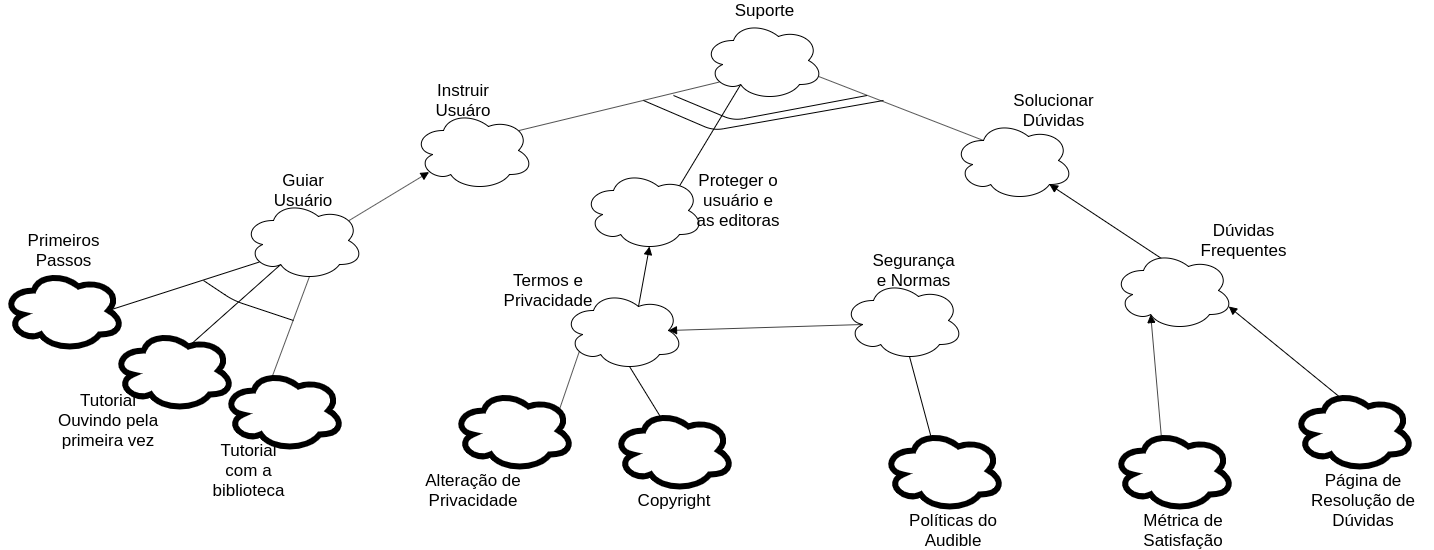
This is docs/img/SuporteDesal.png from Requisitos-de-Software/2019.2-Audible, a draw.io export, as it was before one commit. Source tidied: cells renumbered, new cells last; positions are measured from the earlier drawing's top-left corner, leaving out a move shared by most shapes.
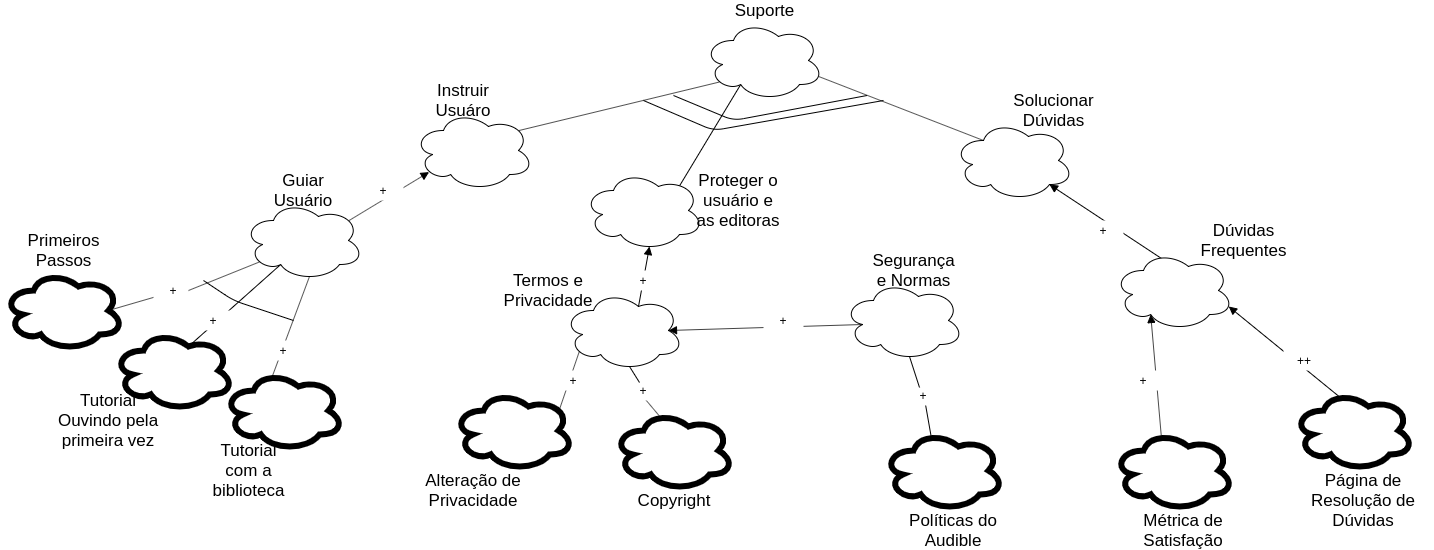
After the change.

Change to the diagram source:
```diff
@@ -35,7 +35,7 @@
     <mxCell id="12" style="edgeStyle=none;rounded=0;jettySize=auto;html=1;exitX=0.13;exitY=0.77;exitDx=0;exitDy=0;exitPerimeter=0;entryX=0.88;entryY=0.25;entryDx=0;entryDy=0;entryPerimeter=0;startArrow=none;startFill=0;endArrow=none;endFill=0;strokeColor=#000000;" parent="1" edge="1" source="14" target="15">
       <mxGeometry relative="1" as="geometry" />
     </mxCell>
-    <mxCell id="13" style="edgeStyle=none;rounded=0;jettySize=auto;html=1;exitX=0.55;exitY=0.95;exitDx=0;exitDy=0;exitPerimeter=0;entryX=0.4;entryY=0.1;entryDx=0;entryDy=0;entryPerimeter=0;startArrow=none;startFill=0;endArrow=none;endFill=0;strokeColor=#000000;" parent="1" edge="1" source="14" target="16">
+    <mxCell id="13" style="edgeStyle=none;rounded=0;jettySize=auto;html=1;exitX=0.55;exitY=0.95;exitDx=0;exitDy=0;exitPerimeter=0;entryX=0.4;entryY=0.1;entryDx=0;entryDy=0;entryPerimeter=0;startArrow=none;startFill=0;endArrow=none;endFill=0;strokeColor=#000000;" parent="1" edge="1" source="63" target="16">
       <mxGeometry relative="1" as="geometry" />
     </mxCell>
     <mxCell id="14" style="ellipse;shape=cloud;whiteSpace=wrap;html=1;" parent="1" vertex="1">
@@ -50,7 +50,7 @@
     <mxCell id="17" style="edgeStyle=none;rounded=0;jettySize=auto;html=1;exitX=0.16;exitY=0.55;exitDx=0;exitDy=0;exitPerimeter=0;entryX=0.875;entryY=0.5;entryDx=0;entryDy=0;entryPerimeter=0;startArrow=none;startFill=0;endArrow=block;endFill=1;strokeColor=#000000;" parent="1" edge="1" source="19" target="14">
       <mxGeometry relative="1" as="geometry" />
     </mxCell>
-    <mxCell id="18" style="edgeStyle=none;rounded=0;jettySize=auto;html=1;exitX=0.55;exitY=0.95;exitDx=0;exitDy=0;exitPerimeter=0;entryX=0.4;entryY=0.1;entryDx=0;entryDy=0;entryPerimeter=0;startArrow=none;startFill=0;endArrow=none;endFill=0;strokeColor=#000000;" parent="1" edge="1" source="19" target="20">
+    <mxCell id="18" style="edgeStyle=none;rounded=0;jettySize=auto;html=1;exitX=0.55;exitY=0.95;exitDx=0;exitDy=0;exitPerimeter=0;entryX=0.4;entryY=0.1;entryDx=0;entryDy=0;entryPerimeter=0;startArrow=none;startFill=0;endArrow=none;endFill=0;strokeColor=#000000;" parent="1" edge="1" source="65" target="20">
       <mxGeometry relative="1" as="geometry" />
     </mxCell>
     <mxCell id="19" style="ellipse;shape=cloud;whiteSpace=wrap;html=1;" parent="1" vertex="1">
@@ -98,7 +98,7 @@
     <mxCell id="31" style="edgeStyle=none;rounded=0;jettySize=auto;html=1;exitX=0.31;exitY=0.8;exitDx=0;exitDy=0;exitPerimeter=0;entryX=0.625;entryY=0.2;entryDx=0;entryDy=0;entryPerimeter=0;startArrow=none;startFill=0;endArrow=none;endFill=0;strokeColor=#000000;" parent="1" edge="1" source="33" target="8">
       <mxGeometry relative="1" as="geometry" />
     </mxCell>
-    <mxCell id="32" style="edgeStyle=none;rounded=0;jettySize=auto;html=1;exitX=0.13;exitY=0.77;exitDx=0;exitDy=0;exitPerimeter=0;entryX=0.875;entryY=0.5;entryDx=0;entryDy=0;entryPerimeter=0;startArrow=none;startFill=0;endArrow=none;endFill=0;strokeColor=#000000;" parent="1" edge="1" source="33" target="9">
+    <mxCell id="32" style="edgeStyle=none;rounded=0;jettySize=auto;html=1;exitX=0.13;exitY=0.77;exitDx=0;exitDy=0;exitPerimeter=0;entryX=0.875;entryY=0.5;entryDx=0;entryDy=0;entryPerimeter=0;startArrow=none;startFill=0;endArrow=none;endFill=0;strokeColor=#000000;" parent="1" edge="1" source="52" target="9">
       <mxGeometry relative="1" as="geometry" />
     </mxCell>
     <mxCell id="33" style="ellipse;shape=cloud;whiteSpace=wrap;html=1;" parent="1" vertex="1">
@@ -170,5 +170,50 @@
         </Array>
       </mxGeometry>
     </mxCell>
+    <mxCell id="52" value="+" style="text;html=1;strokeColor=none;fillColor=#ffffff;align=center;verticalAlign=middle;whiteSpace=wrap;rounded=0;" parent="1" vertex="1">
+      <mxGeometry x="150" y="280" width="40" height="20" as="geometry" />
+    </mxCell>
+    <mxCell id="53" style="edgeStyle=none;rounded=0;jettySize=auto;html=1;exitX=0.13;exitY=0.77;exitDx=0;exitDy=0;exitPerimeter=0;entryX=0.875;entryY=0.5;entryDx=0;entryDy=0;entryPerimeter=0;startArrow=none;startFill=0;endArrow=none;endFill=0;strokeColor=#000000;" parent="1" edge="1" source="33" target="52">
+      <mxGeometry relative="1" as="geometry" />
+    </mxCell>
+    <mxCell id="54" value="+" style="text;html=1;strokeColor=none;fillColor=#ffffff;align=center;verticalAlign=middle;whiteSpace=wrap;rounded=0;" parent="1" vertex="1">
+      <mxGeometry x="190" y="310" width="40" height="20" as="geometry" />
+    </mxCell>
+    <mxCell id="55" value="+" style="text;html=1;strokeColor=none;fillColor=#ffffff;align=center;verticalAlign=middle;whiteSpace=wrap;rounded=0;" parent="1" vertex="1">
+      <mxGeometry x="360" y="180" width="40" height="20" as="geometry" />
+    </mxCell>
+    <mxCell id="56" value="+" style="text;html=1;strokeColor=none;fillColor=#ffffff;align=center;verticalAlign=middle;whiteSpace=wrap;rounded=0;" parent="1" vertex="1">
+      <mxGeometry x="550" y="370" width="40" height="20" as="geometry" />
+    </mxCell>
+    <mxCell id="57" value="+" style="text;html=1;strokeColor=none;fillColor=#ffffff;align=center;verticalAlign=middle;whiteSpace=wrap;rounded=0;" parent="1" vertex="1">
+      <mxGeometry x="1080" y="220" width="40" height="20" as="geometry" />
+    </mxCell>
+    <mxCell id="58" value="+" style="text;html=1;strokeColor=none;fillColor=#ffffff;align=center;verticalAlign=middle;whiteSpace=wrap;rounded=0;" parent="1" vertex="1">
+      <mxGeometry x="260" y="340" width="40" height="20" as="geometry" />
+    </mxCell>
+    <mxCell id="59" value="++" style="text;html=1;strokeColor=none;fillColor=#ffffff;align=center;verticalAlign=middle;whiteSpace=wrap;rounded=0;" parent="1" vertex="1">
+      <mxGeometry x="1280" y="350" width="40" height="20" as="geometry" />
+    </mxCell>
+    <mxCell id="60" value="+" style="text;html=1;strokeColor=none;fillColor=#ffffff;align=center;verticalAlign=middle;whiteSpace=wrap;rounded=0;" parent="1" vertex="1">
+      <mxGeometry x="1120" y="370" width="40" height="20" as="geometry" />
+    </mxCell>
+    <mxCell id="61" value="+" style="text;html=1;strokeColor=none;fillColor=#ffffff;align=center;verticalAlign=middle;whiteSpace=wrap;rounded=0;" parent="1" vertex="1">
+      <mxGeometry x="760" y="310" width="40" height="20" as="geometry" />
+    </mxCell>
+    <mxCell id="62" value="+" style="text;html=1;strokeColor=none;fillColor=#ffffff;align=center;verticalAlign=middle;whiteSpace=wrap;rounded=0;" parent="1" vertex="1">
+      <mxGeometry x="620" y="270" width="40" height="20" as="geometry" />
+    </mxCell>
+    <mxCell id="63" value="+" style="text;html=1;strokeColor=none;fillColor=#ffffff;align=center;verticalAlign=middle;whiteSpace=wrap;rounded=0;" parent="1" vertex="1">
+      <mxGeometry x="620" y="380" width="40" height="20" as="geometry" />
+    </mxCell>
+    <mxCell id="64" style="edgeStyle=none;rounded=0;jettySize=auto;html=1;exitX=0.55;exitY=0.95;exitDx=0;exitDy=0;exitPerimeter=0;entryX=0.4;entryY=0.1;entryDx=0;entryDy=0;entryPerimeter=0;startArrow=none;startFill=0;endArrow=none;endFill=0;strokeColor=#000000;" parent="1" edge="1" source="14" target="63">
+      <mxGeometry relative="1" as="geometry" />
+    </mxCell>
+    <mxCell id="65" value="+" style="text;html=1;strokeColor=none;fillColor=#ffffff;align=center;verticalAlign=middle;whiteSpace=wrap;rounded=0;" parent="1" vertex="1">
+      <mxGeometry x="900" y="385" width="40" height="20" as="geometry" />
+    </mxCell>
+    <mxCell id="66" style="edgeStyle=none;rounded=0;jettySize=auto;html=1;exitX=0.55;exitY=0.95;exitDx=0;exitDy=0;exitPerimeter=0;entryX=0.4;entryY=0.1;entryDx=0;entryDy=0;entryPerimeter=0;startArrow=none;startFill=0;endArrow=none;endFill=0;strokeColor=#000000;" parent="1" edge="1" source="19" target="65">
+      <mxGeometry relative="1" as="geometry" />
+    </mxCell>
   </root>
 </mxGraphModel>
```
